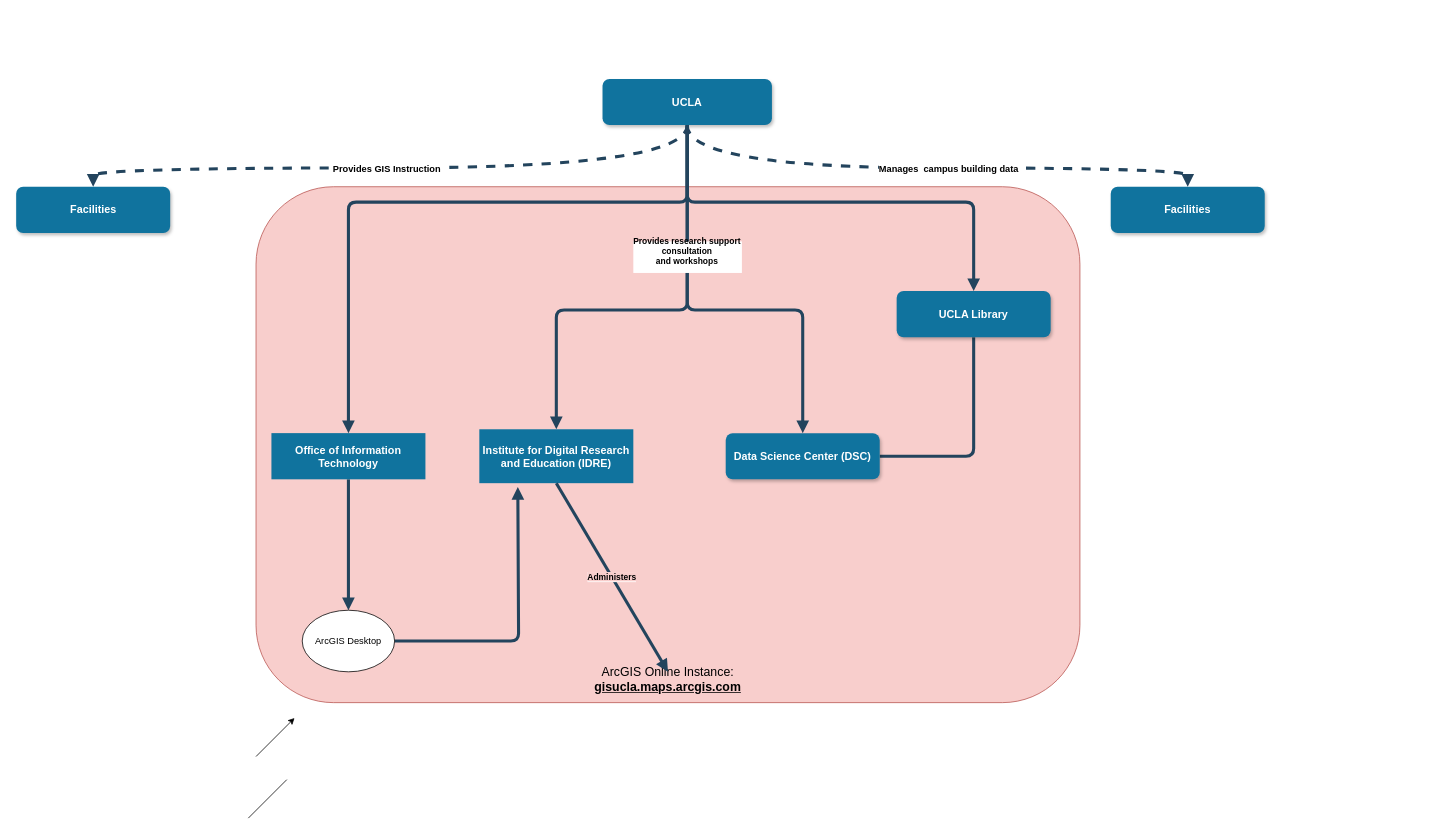
Before: Untitled Diagram.drawio in albertkun/uclagis, a draw.io diagram. Source tidied: cells renumbered, new cells numbered last; positions are measured from the earlier drawing's top-left corner, leaving out a move shared by most shapes. Both pictures are drawn from the tidied source at 77%, with x=0, y=0 at pixel (15, 79).
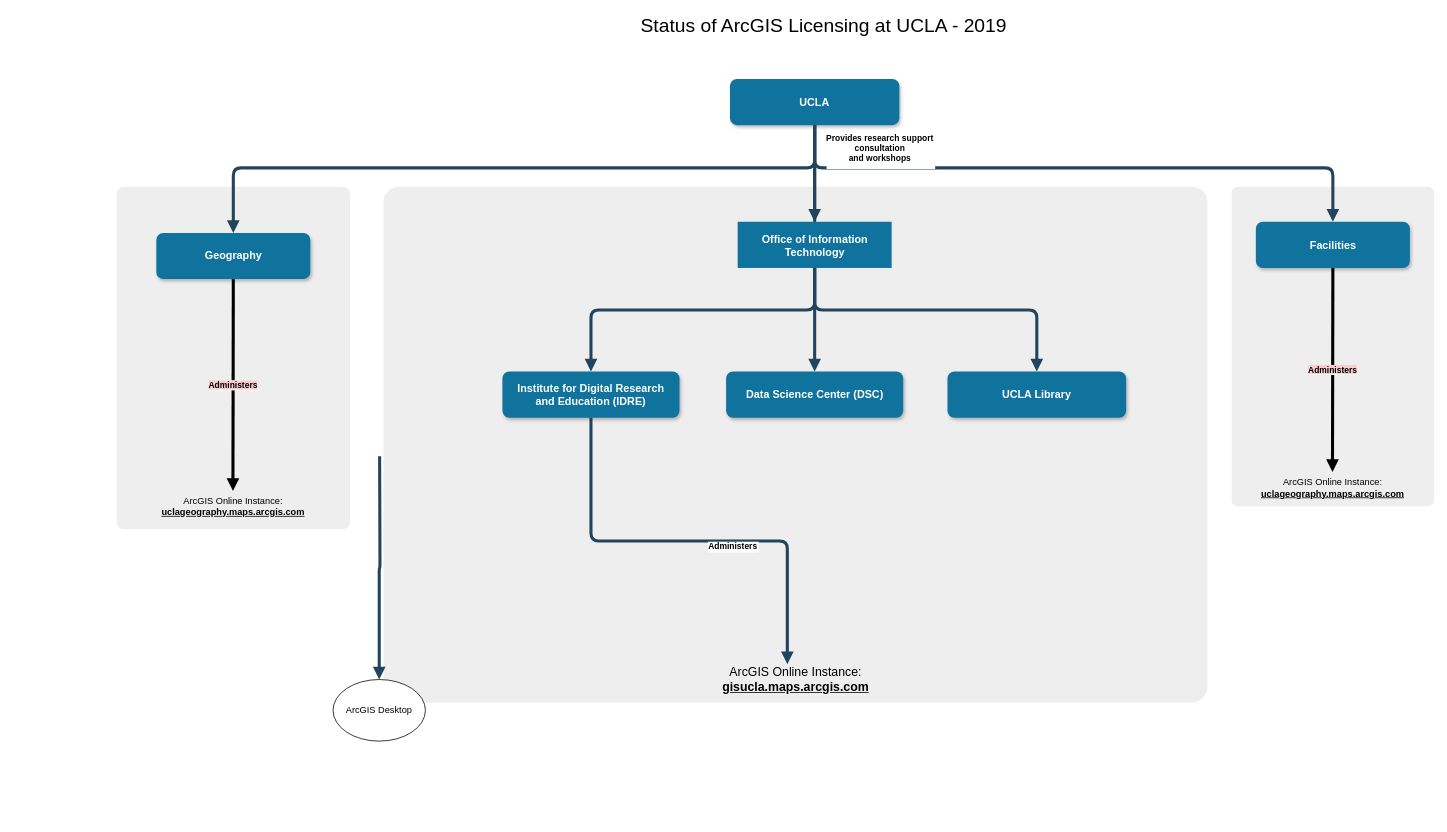
Above is the later version.

Change to the diagram source:
```diff
@@
+    <mxCell id="24" style="rounded=1;whiteSpace=wrap;html=1;shadow=0;align=center;fillColor=#eeeeee;strokeColor=none;arcSize=3;" parent="1" vertex="1">
+      <mxGeometry x="1579" y="140" width="263" height="415" as="geometry" />
+    </mxCell>
+    <mxCell id="25" style="rounded=1;whiteSpace=wrap;html=1;shadow=0;align=center;fillColor=#eeeeee;strokeColor=none;arcSize=3;" parent="1" vertex="1">
+      <mxGeometry x="131" y="140" width="303" height="445" as="geometry" />
+    </mxCell>
-    <mxCell id="2" style="rounded=1;whiteSpace=wrap;html=1;shadow=0;align=center;fillColor=#f8cecc;strokeColor=#b85450;" parent="1" vertex="1">
-      <mxGeometry x="312" y="140" width="1070" height="670" as="geometry" />
+    <mxCell id="2" style="rounded=1;whiteSpace=wrap;html=1;shadow=0;align=center;fillColor=#eeeeee;strokeColor=none;arcSize=3;" parent="1" vertex="1">
+      <mxGeometry x="477.5" y="140" width="1070" height="670" as="geometry" />
     </mxCell>
     <mxCell id="3" value="UCLA" style="rounded=1;fillColor=#10739E;strokeColor=none;shadow=1;gradientColor=none;fontStyle=1;fontColor=#FFFFFF;fontSize=14;" parent="1" vertex="1">
-      <mxGeometry x="762" width="220" height="60" as="geometry" />
+      <mxGeometry x="927.5" width="220" height="60" as="geometry" />
     </mxCell>
-    <mxCell id="4" style="edgeStyle=orthogonalEdgeStyle;rounded=1;jettySize=auto;html=1;entryX=0.5;entryY=0;entryDx=0;entryDy=0;fontStyle=1;strokeColor=#23445D;strokeWidth=4;endFill=1;endArrow=block;" parent="1" edge="1" source="5" target="17">
-      <mxGeometry relative="1" as="geometry" />
+    <mxCell id="4" style="edgeStyle=orthogonalEdgeStyle;rounded=1;jettySize=auto;html=1;entryX=0.5;entryY=0;entryDx=0;entryDy=0;fontStyle=1;strokeColor=#23445D;strokeWidth=4;endFill=1;endArrow=block;" parent="1" edge="1" target="17">
+      <mxGeometry relative="1" as="geometry">
+        <mxPoint x="472.5" y="490" as="sourcePoint" />
+      </mxGeometry>
     </mxCell>
-    <mxCell id="5" value="Office of Information Technology" style="rounded=0;fillColor=#10739E;strokeColor=none;shadow=0;gradientColor=none;fontStyle=1;fontColor=#FFFFFF;fontSize=14;verticalAlign=middle;whiteSpace=wrap;" parent="1" vertex="1">
-      <mxGeometry x="332" y="460" width="200" height="60" as="geometry" />
-    </mxCell>
-    <mxCell id="6" value="Institute for Digital Research&#10;and Education (IDRE)" style="rounded=0;fillColor=#10739E;strokeColor=none;shadow=0;gradientColor=none;fontStyle=1;fontColor=#FFFFFF;fontSize=14;align=center;whiteSpace=wrap;" parent="1" vertex="1">
-      <mxGeometry x="602" y="455" width="200" height="70" as="geometry" />
+    <mxCell id="6" value="Institute for Digital Research&#10;and Education (IDRE)" style="rounded=1;fillColor=#10739E;strokeColor=none;shadow=1;gradientColor=none;fontStyle=1;fontColor=#FFFFFF;fontSize=14;align=center;whiteSpace=wrap;" parent="1" vertex="1">
+      <mxGeometry x="632" y="380" width="230" height="60" as="geometry" />
     </mxCell>
-    <mxCell id="7" style="edgeStyle=orthogonalEdgeStyle;rounded=1;jettySize=auto;html=1;exitX=1;exitY=0.5;exitDx=0;exitDy=0;entryX=0.5;entryY=1;entryDx=0;entryDy=0;fontStyle=1;strokeColor=#23445D;strokeWidth=4;endFill=0;endArrow=none;" parent="1" edge="1" source="8" target="9">
-      <mxGeometry relative="1" as="geometry" />
-    </mxCell>
     <mxCell id="8" value="Data Science Center (DSC)" style="rounded=1;fillColor=#10739E;strokeColor=none;shadow=1;gradientColor=none;fontStyle=1;fontColor=#FFFFFF;fontSize=14;whiteSpace=wrap;" parent="1" vertex="1">
-      <mxGeometry x="922" y="460" width="200" height="60" as="geometry" />
+      <mxGeometry x="922.5" y="380" width="230" height="60" as="geometry" />
     </mxCell>
-    <mxCell id="9" value="UCLA Library" style="rounded=1;fillColor=#10739E;strokeColor=none;shadow=1;gradientColor=none;fontStyle=1;fontColor=#FFFFFF;fontSize=14;" parent="1" vertex="1">
-      <mxGeometry x="1144" y="275.5" width="200" height="60" as="geometry" />
+    <mxCell id="9" value="UCLA Library" style="rounded=1;fillColor=#10739E;strokeColor=none;shadow=1;gradientColor=none;fontStyle=1;fontColor=#FFFFFF;fontSize=14;labelBackgroundColor=none;whiteSpace=wrap;spacing=0;" parent="1" vertex="1">
+      <mxGeometry x="1210" y="380" width="232" height="60" as="geometry" />
     </mxCell>
     <mxCell id="10" value="Facilities" style="rounded=1;fillColor=#10739E;strokeColor=none;shadow=1;gradientColor=none;fontStyle=1;fontColor=#FFFFFF;fontSize=14;whiteSpace=wrap;" parent="1" vertex="1">
-      <mxGeometry x="1422" y="140" width="200" height="60" as="geometry" />
+      <mxGeometry x="1610.5" y="185.5" width="200" height="60" as="geometry" />
     </mxCell>
-    <mxCell id="11" style="edgeStyle=elbowEdgeStyle;elbow=vertical;strokeWidth=4;endArrow=block;endFill=1;fontStyle=1;strokeColor=#23445D;" parent="1" edge="1" source="3" target="5">
-      <mxGeometry x="22" y="165.5" as="geometry">
-        <Array as="points">
-          <mxPoint x="652" y="160" />
-        </Array>
-      </mxGeometry>
-    </mxCell>
-    <mxCell id="12" style="edgeStyle=elbowEdgeStyle;elbow=vertical;strokeWidth=4;endArrow=block;endFill=1;fontStyle=1;strokeColor=#23445D;" parent="1" edge="1" source="3" target="9">
-      <mxGeometry x="22" y="165.5" as="geometry">
+    <mxCell id="12" style="edgeStyle=elbowEdgeStyle;elbow=vertical;strokeWidth=4;endArrow=block;endFill=1;fontStyle=1;strokeColor=#23445D;exitX=0.5;exitY=1;exitDx=0;exitDy=0;" parent="1" edge="1" source="5" target="9">
+      <mxGeometry x="187.5" y="165.5" as="geometry">
         <Array as="points">
-          <mxPoint x="1082" y="160" />
+          <mxPoint x="1182" y="300" />
+          <mxPoint x="1247.5" y="160" />
         </Array>
       </mxGeometry>
     </mxCell>
-    <mxCell id="13" value="Manages  campus building data " style="edgeStyle=elbowEdgeStyle;elbow=vertical;strokeWidth=4;endArrow=block;endFill=1;fontStyle=1;dashed=1;strokeColor=#23445D;exitX=0.5;exitY=1;exitDx=0;exitDy=0;curved=1;fontSize=12;" parent="1" edge="1" source="3" target="10">
+    <mxCell id="13" style="edgeStyle=elbowEdgeStyle;elbow=vertical;strokeWidth=4;endArrow=block;endFill=1;fontStyle=1;strokeColor=#23445D;exitX=0.5;exitY=1;exitDx=0;exitDy=0;fontSize=12;rounded=1;" parent="1" edge="1" source="3" target="10">
       <mxGeometry as="geometry">
         <Array as="points">
-          <mxPoint x="1164" y="115.5" />
+          <mxPoint x="1329.5" y="115.5" />
         </Array>
-        <mxPoint x="15" y="16" as="offset" />
+        <mxPoint x="18" y="-37" as="offset" />
       </mxGeometry>
     </mxCell>
     <mxCell id="14" style="edgeStyle=elbowEdgeStyle;elbow=vertical;strokeWidth=4;endArrow=block;endFill=1;fontStyle=1;strokeColor=#23445D;entryX=0.5;entryY=0;entryDx=0;entryDy=0;" parent="1" edge="1" target="8">
-      <mxGeometry as="geometry">
-        <mxPoint x="872" y="60" as="sourcePoint" />
+      <mxGeometry x="165.5" as="geometry">
+        <mxPoint x="1037.5" y="60" as="sourcePoint" />
         <Array as="points">
-          <mxPoint x="952" y="300" />
+          <mxPoint x="1117.5" y="300" />
         </Array>
         <mxPoint x="-3" y="80" as="offset" />
       </mxGeometry>
     </mxCell>
-    <mxCell id="15" value="Provides research support&#10;consultation&#10;and workshops&#10;" style="edgeStyle=elbowEdgeStyle;elbow=vertical;strokeWidth=4;endArrow=block;endFill=1;fontStyle=1;strokeColor=#23445D;" parent="1" edge="1" source="3" target="6">
+    <mxCell id="15" style="edgeStyle=elbowEdgeStyle;elbow=vertical;strokeWidth=4;endArrow=block;endFill=1;fontStyle=1;strokeColor=#23445D;" parent="1" edge="1" source="5" target="6">
       <mxGeometry as="geometry">
         <Array as="points">
-          <mxPoint x="872" y="300" />
+          <mxPoint x="1037.5" y="300" />
         </Array>
-        <mxPoint x="85" y="-27" as="offset" />
+        <mxPoint x="2" y="-8" as="offset" />
       </mxGeometry>
     </mxCell>
-    <mxCell id="16" style="edgeStyle=orthogonalEdgeStyle;jettySize=auto;html=1;exitX=1;exitY=0.5;exitDx=0;exitDy=0;endArrow=block;endFill=1;fontSize=11;rounded=1;fontStyle=1;strokeColor=#23445D;strokeWidth=4;" parent="1" edge="1" source="17">
-      <mxGeometry relative="1" as="geometry">
-        <mxPoint x="652" y="530" as="targetPoint" />
-        <Array as="points">
-          <mxPoint x="653" y="730" />
-        </Array>
-      </mxGeometry>
-    </mxCell>
     <mxCell id="17" value="ArcGIS Desktop" style="ellipse;whiteSpace=wrap;html=1;rounded=0;shadow=0;align=center;" parent="1" vertex="1">
-      <mxGeometry x="372" y="690" width="120" height="80" as="geometry" />
+      <mxGeometry x="412" y="780" width="120" height="80" as="geometry" />
     </mxCell>
     <mxCell id="18" value="&lt;font style=&quot;font-size: 16px&quot;&gt;ArcGIS Online Instance:&lt;br&gt;&lt;font style=&quot;font-size: 16px&quot;&gt;&lt;u&gt;&lt;b&gt;gisucla.maps.arcgis.com&lt;/b&gt;&lt;/u&gt;&lt;/font&gt;&lt;/font&gt;" style="text;html=1;strokeColor=none;fillColor=none;align=center;verticalAlign=middle;whiteSpace=wrap;rounded=0;shadow=0;" parent="1" vertex="1">
-      <mxGeometry x="712" y="770" width="270" height="20" as="geometry" />
+      <mxGeometry x="877.5" y="770" width="270" height="20" as="geometry" />
     </mxCell>
-    <mxCell id="19" value="&lt;span style=&quot;background-color: rgb(248 , 206 , 204)&quot;&gt;Administers&lt;/span&gt;" style="endArrow=block;html=1;exitX=0.5;exitY=1;exitDx=0;exitDy=0;fontStyle=1;strokeColor=#23445D;strokeWidth=4;endFill=1;entryX=0.5;entryY=0;entryDx=0;entryDy=0;" parent="1" edge="1" source="6" target="18">
-      <mxGeometry relative="1" as="geometry" />
-    </mxCell>
-    <mxCell id="20" style="endArrow=classic;html=1;" parent="1" edge="1">
-      <mxGeometry relative="1" as="geometry">
-        <mxPoint x="312" y="880" as="sourcePoint" />
-        <mxPoint x="362" y="830" as="targetPoint" />
-      </mxGeometry>
-    </mxCell>
-    <mxCell id="21" style="endArrow=none;html=1;" parent="1" edge="1">
-      <mxGeometry relative="1" as="geometry">
-        <mxPoint x="302" y="960" as="sourcePoint" />
-        <mxPoint x="352" y="910" as="targetPoint" />
-      </mxGeometry>
-    </mxCell>
-    <mxCell id="22" value="Provides GIS Instruction" style="edgeStyle=elbowEdgeStyle;elbow=vertical;strokeWidth=4;endArrow=block;endFill=1;fontStyle=1;dashed=1;strokeColor=#23445D;exitX=0.5;exitY=1;exitDx=0;exitDy=0;entryX=0.5;entryY=0;entryDx=0;entryDy=0;curved=1;fontSize=12;" parent="1" edge="1" target="23">
+    <mxCell id="22" style="edgeStyle=elbowEdgeStyle;elbow=vertical;strokeWidth=4;endArrow=block;endFill=1;fontStyle=1;strokeColor=#23445D;exitX=0.5;exitY=1;exitDx=0;exitDy=0;entryX=0.5;entryY=0;entryDx=0;entryDy=0;fontSize=12;rounded=1;" parent="1" edge="1" target="23">
       <mxGeometry as="geometry">
-        <mxPoint x="872" y="60" as="sourcePoint" />
+        <mxPoint x="1037.5" y="60" as="sourcePoint" />
         <Array as="points">
-          <mxPoint x="1164" y="115.5" />
+          <mxPoint x="1329.5" y="115.5" />
         </Array>
-        <mxPoint x="-4" y="16" as="offset" />
+        <mxPoint x="2" y="-34" as="offset" />
       </mxGeometry>
     </mxCell>
-    <mxCell id="23" value="Facilities" style="rounded=1;fillColor=#10739E;strokeColor=none;shadow=1;gradientColor=none;fontStyle=1;fontColor=#FFFFFF;fontSize=14;whiteSpace=wrap;" parent="1" vertex="1">
-      <mxGeometry x="0.5" y="140" width="200" height="60" as="geometry" />
+    <mxCell id="23" value="Geography" style="rounded=1;fillColor=#10739E;strokeColor=none;shadow=1;gradientColor=none;fontStyle=1;fontColor=#FFFFFF;fontSize=14;whiteSpace=wrap;" parent="1" vertex="1">
+      <mxGeometry x="182.5" y="200" width="200" height="60" as="geometry" />
     </mxCell>
+    <mxCell id="26" value="&lt;span style=&quot;background-color: rgb(248 , 206 , 204)&quot;&gt;Administers&lt;/span&gt;" style="endArrow=block;html=1;exitX=0.5;exitY=1;exitDx=0;exitDy=0;fontStyle=1;strokeWidth=4;endFill=1;comic=0;" parent="1" edge="1" source="23">
+      <mxGeometry relative="1" as="geometry">
+        <mxPoint x="282" y="535" as="targetPoint" />
+      </mxGeometry>
+    </mxCell>
+    <mxCell id="27" value="&lt;div&gt;ArcGIS Online Instance:&lt;/div&gt;&lt;div&gt;&lt;u&gt;&lt;b&gt;uclageography.maps.arcgis.com&lt;/b&gt;&lt;/u&gt;&lt;br&gt;&lt;/div&gt;" style="text;html=1;strokeColor=none;fillColor=none;align=center;verticalAlign=middle;whiteSpace=wrap;rounded=0;" parent="1" vertex="1">
+      <mxGeometry x="210" y="545" width="145" height="20" as="geometry" />
+    </mxCell>
+    <mxCell id="28" value="Status of ArcGIS Licensing at UCLA - 2019" style="text;html=1;strokeColor=none;fillColor=none;align=center;verticalAlign=middle;whiteSpace=wrap;rounded=0;fontSize=25;" parent="1" vertex="1">
+      <mxGeometry x="788.5" y="-80" width="521" height="20" as="geometry" />
+    </mxCell>
+    <mxCell id="29" value="Administers" style="edgeStyle=elbowEdgeStyle;elbow=vertical;strokeWidth=4;endArrow=block;endFill=1;fontStyle=1;strokeColor=#23445D;exitX=0.5;exitY=1;exitDx=0;exitDy=0;" parent="1" edge="1" source="6">
+      <mxGeometry as="geometry">
+        <mxPoint x="1002" y="760" as="targetPoint" />
+        <Array as="points">
+          <mxPoint x="982" y="600" />
+        </Array>
+        <mxPoint x="57" y="7" as="offset" />
+      </mxGeometry>
+    </mxCell>
+    <mxCell id="30" value="&lt;span style=&quot;background-color: rgb(248 , 206 , 204)&quot;&gt;Administers&lt;/span&gt;" style="endArrow=block;html=1;fontStyle=1;strokeWidth=4;endFill=1;comic=0;exitX=0.5;exitY=1;exitDx=0;exitDy=0;" parent="1" edge="1" source="10">
+      <mxGeometry relative="1" as="geometry">
+        <mxPoint x="1710" y="510.5" as="targetPoint" />
+      </mxGeometry>
+    </mxCell>
+    <mxCell id="31" value="&lt;div&gt;ArcGIS Online Instance:&lt;/div&gt;&lt;div&gt;&lt;u&gt;&lt;b&gt;uclageography.maps.arcgis.com&lt;/b&gt;&lt;/u&gt;&lt;br&gt;&lt;/div&gt;" style="text;html=1;strokeColor=none;fillColor=none;align=center;verticalAlign=middle;whiteSpace=wrap;rounded=0;" parent="1" vertex="1">
+      <mxGeometry x="1638" y="520.5" width="145" height="20" as="geometry" />
+    </mxCell>
+    <mxCell id="5" value="Office of Information Technology" style="rounded=0;fillColor=#10739E;strokeColor=none;shadow=0;gradientColor=none;fontStyle=1;fontColor=#FFFFFF;fontSize=14;verticalAlign=middle;whiteSpace=wrap;" parent="1" vertex="1">
+      <mxGeometry x="937.5" y="185.5" width="200" height="60" as="geometry" />
+    </mxCell>
+    <mxCell id="11" value="Provides research support&#10;consultation&#10;and workshops&#10;" style="edgeStyle=elbowEdgeStyle;elbow=vertical;strokeWidth=4;endArrow=block;endFill=1;fontStyle=1;strokeColor=#23445D;" parent="1" edge="1" source="3" target="5">
+      <mxGeometry x="165.5" as="geometry">
+        <mxPoint x="85" y="-27" as="offset" />
+      </mxGeometry>
+    </mxCell>
```
